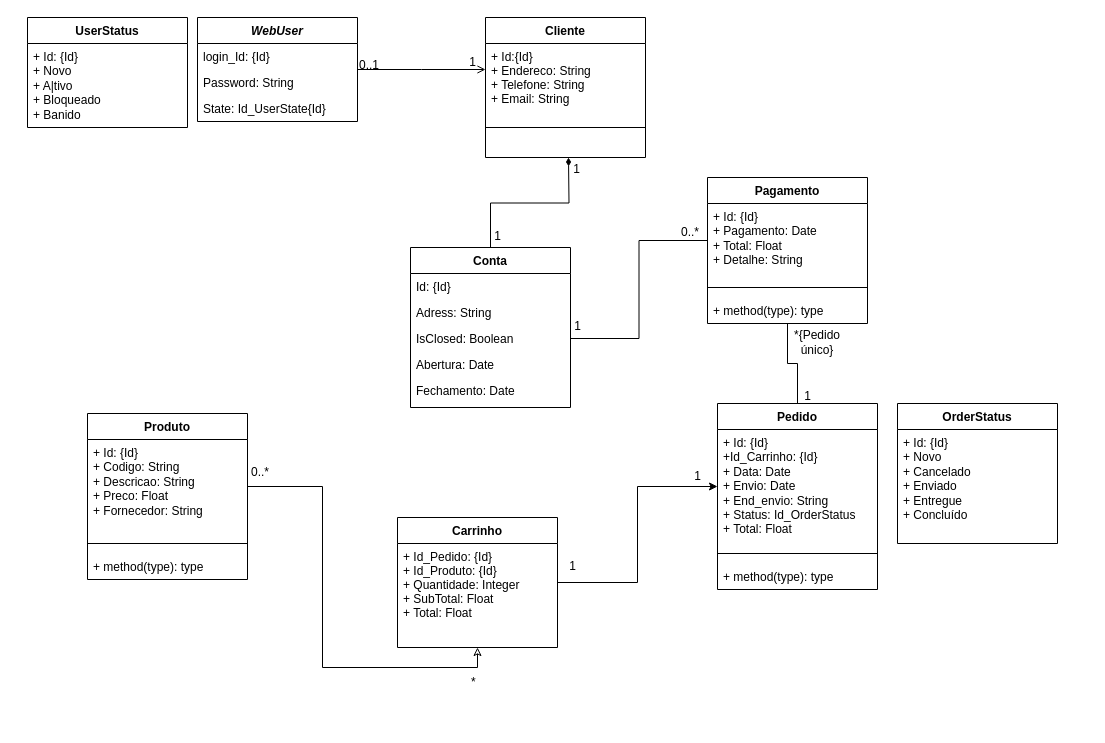
Earlier version of the draw.io diagram Diagrama de Classe.drawio (wellingtoncv/ProjetosWEB_Unidade-4_e-commerce). Source tidied: cells renumbered, new cells numbered last; positions are measured from the earlier drawing's top-left corner, leaving out a move shared by most shapes. Both pictures are drawn from the tidied source at 100%, with x=0, y=0 at pixel (27, 17).
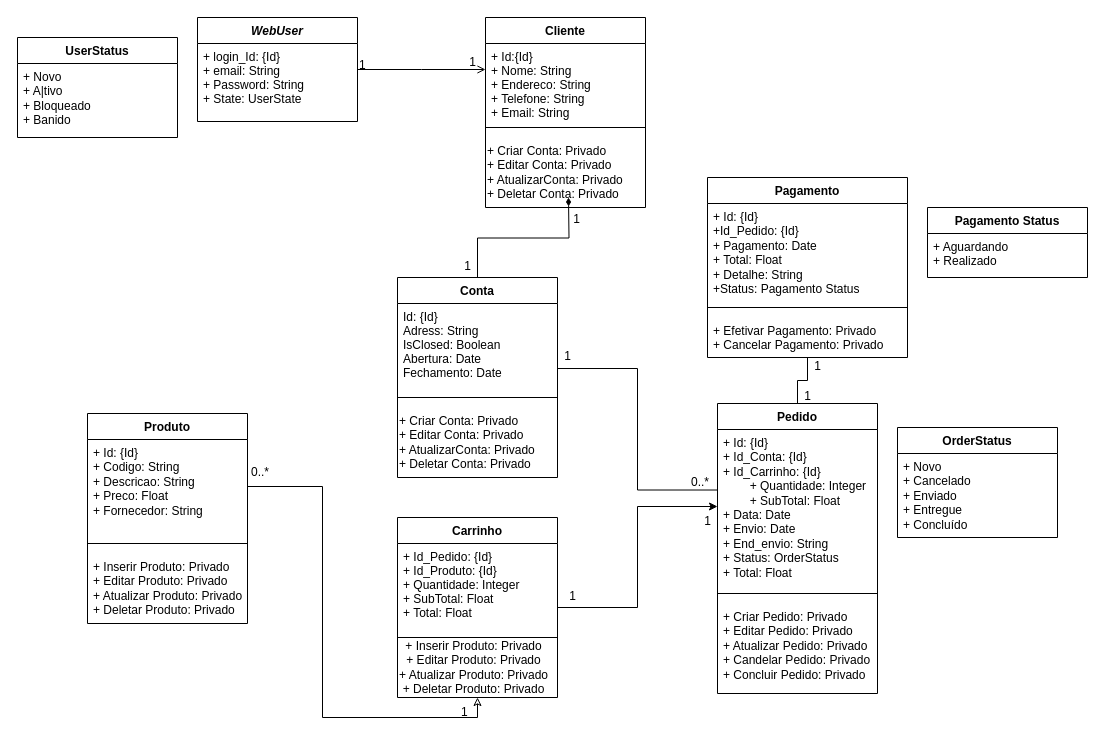
After the change.

The change refers to these unchanged cells:
```xml
<mxCell id="2" value="WebUser" style="swimlane;fontStyle=3;align=center;verticalAlign=top;horizontal=1;startSize=26;rounded=0;shadow=0;strokeWidth=1;" parent="1" vertex="1">
  <mxGeometry x="170" width="160" height="104" as="geometry" />
</mxCell>
<mxCell id="18" style="endArrow=open;shadow=0;strokeWidth=1;rounded=0;endFill=1;edgeStyle=elbowEdgeStyle;elbow=vertical;" parent="1" edge="1" source="2" target="15">
  <mxGeometry x="0.5" y="41" relative="1" as="geometry">
    <mxPoint x="-40" y="32" as="offset" />
  </mxGeometry>
</mxCell>
```

Diff of the diagram source:
```diff
@@
-    <mxCell id="3" value="login_Id: {Id}" style="text;align=left;verticalAlign=top;spacingLeft=4;spacingRight=4;overflow=hidden;" parent="2" vertex="1">
-      <mxGeometry y="26" width="160" height="26" as="geometry" />
+    <mxCell id="3" value="+ login_Id: {Id}&#10;+ email: String&#10;+ Password: String&#10;+ State: UserState" style="text;align=left;verticalAlign=top;spacingLeft=4;spacingRight=4;overflow=hidden;" parent="2" vertex="1">
+      <mxGeometry y="26" width="160" height="74" as="geometry" />
     </mxCell>
-    <mxCell id="4" value="Password: String" style="text;align=left;verticalAlign=top;spacingLeft=4;spacingRight=4;overflow=hidden;rounded=0;shadow=0;html=0;" parent="2" vertex="1">
-      <mxGeometry y="52" width="160" height="26" as="geometry" />
-    </mxCell>
-    <mxCell id="5" value="State: Id_UserState{Id}" style="text;align=left;verticalAlign=top;spacingLeft=4;spacingRight=4;overflow=hidden;rounded=0;shadow=0;html=0;" parent="2" vertex="1">
-      <mxGeometry y="78" width="160" height="26" as="geometry" />
-    </mxCell>
@@
     <mxCell id="7" value="Carrinho" style="swimlane;fontStyle=1;align=center;verticalAlign=top;horizontal=1;startSize=26;rounded=0;shadow=0;strokeWidth=1;" parent="1" vertex="1">
-      <mxGeometry x="370" y="500" width="160" height="130" as="geometry" />
+      <mxGeometry x="370" y="500" width="160" height="180" as="geometry" />
     </mxCell>
     <mxCell id="8" value="+ Id_Pedido: {Id}&#10;+ Id_Produto: {Id}&#10;+ Quantidade: Integer&#10;+ SubTotal: Float&#10;+ Total: Float" style="text;align=left;verticalAlign=top;spacingLeft=4;spacingRight=4;overflow=hidden;rounded=0;shadow=0;html=0;" parent="7" vertex="1">
-      <mxGeometry y="26" width="160" height="94" as="geometry" />
+      <mxGeometry y="26" width="160" height="84" as="geometry" />
     </mxCell>
+    <mxCell id="51" style="line;strokeWidth=1;fillColor=none;align=left;verticalAlign=middle;spacingTop=-1;spacingLeft=3;spacingRight=3;labelPosition=right;strokeColor=inherit;" parent="7" vertex="1">
+      <mxGeometry y="110" width="160" height="20" as="geometry" />
+    </mxCell>
     <mxCell id="9" value="Conta" style="swimlane;fontStyle=1;align=center;verticalAlign=top;horizontal=1;startSize=26;rounded=0;shadow=0;strokeWidth=1;" parent="1" vertex="1">
-      <mxGeometry x="383" y="230" width="160" height="160" as="geometry" />
+      <mxGeometry x="370" y="260" width="160" height="200" as="geometry" />
     </mxCell>
-    <mxCell id="10" value="Id: {Id}&#10;" style="text;align=left;verticalAlign=top;spacingLeft=4;spacingRight=4;overflow=hidden;points=[[0,0.5],[1,0.5]];portConstraint=eastwest;" parent="9" vertex="1">
-      <mxGeometry y="26" width="160" height="26" as="geometry" />
+    <mxCell id="10" value="Id: {Id}&#10;Adress: String&#10;IsClosed: Boolean&#10;Abertura: Date&#10;Fechamento: Date" style="text;align=left;verticalAlign=top;spacingLeft=4;spacingRight=4;overflow=hidden;points=[[0,0.5],[1,0.5]];portConstraint=eastwest;" parent="9" vertex="1">
+      <mxGeometry y="26" width="160" height="84" as="geometry" />
     </mxCell>
-    <mxCell id="11" value="Adress: String" style="text;align=left;verticalAlign=top;spacingLeft=4;spacingRight=4;overflow=hidden;" parent="9" vertex="1">
-      <mxGeometry y="52" width="160" height="26" as="geometry" />
-    </mxCell>
-    <mxCell id="12" value="IsClosed: Boolean" style="text;align=left;verticalAlign=top;spacingLeft=4;spacingRight=4;overflow=hidden;points=[[0,0.5],[1,0.5]];portConstraint=eastwest;" parent="9" vertex="1">
-      <mxGeometry y="78" width="160" height="26" as="geometry" />
-    </mxCell>
-    <mxCell id="13" value="Abertura: Date" style="text;align=left;verticalAlign=top;spacingLeft=4;spacingRight=4;overflow=hidden;" parent="9" vertex="1">
-      <mxGeometry y="104" width="160" height="26" as="geometry" />
-    </mxCell>
-    <mxCell id="14" value="Fechamento: Date" style="text;align=left;verticalAlign=top;spacingLeft=4;spacingRight=4;overflow=hidden;" parent="9" vertex="1">
-      <mxGeometry y="130" width="160" height="26" as="geometry" />
-    </mxCell>
+    <mxCell id="52" style="line;strokeWidth=1;fillColor=none;align=left;verticalAlign=middle;spacingTop=-1;spacingLeft=3;spacingRight=3;labelPosition=right;strokeColor=inherit;" parent="9" vertex="1">
+      <mxGeometry y="110" width="160" height="20" as="geometry" />
+    </mxCell>
+    <mxCell id="53" value="+ Criar Conta: Privado&lt;br&gt;+ Editar Conta&lt;span style=&quot;&quot;&gt;: Privado&lt;br&gt;&lt;/span&gt;+ AtualizarConta&lt;span style=&quot;&quot;&gt;: Privado&lt;/span&gt;&lt;br style=&quot;border-color: var(--border-color);&quot;&gt;+ Deletar Conta&lt;span style=&quot;&quot;&gt;: Privado&lt;/span&gt;" style="text;html=1;align=left;verticalAlign=middle;strokeColor=none;fillColor=none;" parent="9" vertex="1">
+      <mxGeometry y="130" width="160" height="70" as="geometry" />
+    </mxCell>
     <mxCell id="15" value="Cliente" style="swimlane;fontStyle=1;align=center;verticalAlign=top;horizontal=1;startSize=26;rounded=0;shadow=0;strokeWidth=1;" parent="1" vertex="1">
-      <mxGeometry x="458" width="160" height="140" as="geometry" />
+      <mxGeometry x="458" width="160" height="190" as="geometry" />
     </mxCell>
-    <mxCell id="16" value="+ Id:{Id}&#10;+ Endereco: String&#10;+ Telefone: String&#10;+ Email: String&#10;" style="text;align=left;verticalAlign=top;spacingLeft=4;spacingRight=4;overflow=hidden;" parent="15" vertex="1">
+    <mxCell id="16" value="+ Id:{Id}&#10;+ Nome: String&#10;+ Endereco: String&#10;+ Telefone: String&#10;+ Email: String&#10;" style="text;align=left;verticalAlign=top;spacingLeft=4;spacingRight=4;overflow=hidden;" parent="15" vertex="1">
       <mxGeometry y="26" width="160" height="74" as="geometry" />
     </mxCell>
@@
+    <mxCell id="54" value="+ Criar Conta: Privado&lt;br&gt;+ Editar Conta&lt;span style=&quot;&quot;&gt;: Privado&lt;br&gt;&lt;/span&gt;+ AtualizarConta&lt;span style=&quot;&quot;&gt;: Privado&lt;/span&gt;&lt;br style=&quot;border-color: var(--border-color);&quot;&gt;+ Deletar Conta&lt;span style=&quot;&quot;&gt;: Privado&lt;/span&gt;" style="text;html=1;align=left;verticalAlign=middle;strokeColor=none;fillColor=none;" parent="15" vertex="1">
+      <mxGeometry y="120" width="160" height="70" as="geometry" />
+    </mxCell>
@@
-    <mxCell id="19" value="0..1" style="align=left;verticalAlign=bottom;labelBackgroundColor=none;fontSize=12;" parent="18" vertex="1">
+    <mxCell id="19" value="1" style="align=left;verticalAlign=bottom;labelBackgroundColor=none;fontSize=12;" parent="18" vertex="1">
       <mxGeometry x="-1" relative="1" as="geometry">
         <mxPoint y="4" as="offset" />
       </mxGeometry>
     </mxCell>
@@
     <mxCell id="21" style="rounded=0;jettySize=auto;html=1;exitX=0.5;exitY=0;exitDx=0;exitDy=0;endArrow=diamondThin;endFill=1;startArrow=none;startFill=0;edgeStyle=orthogonalEdgeStyle;" parent="1" edge="1" source="9">
       <mxGeometry relative="1" as="geometry">
-        <mxPoint x="541" y="140" as="targetPoint" />
+        <mxPoint x="541" y="180" as="targetPoint" />
       </mxGeometry>
     </mxCell>
     <mxCell id="22" value="1" style="align=right;verticalAlign=bottom;labelBackgroundColor=none;fontSize=12;" parent="1" vertex="1">
-      <mxGeometry x="480" y="180" as="geometry">
+      <mxGeometry x="450" y="210" as="geometry">
         <mxPoint x="-5" y="47" as="offset" />
       </mxGeometry>
     </mxCell>
     <mxCell id="23" value="1" style="align=right;verticalAlign=bottom;labelBackgroundColor=none;fontSize=12;" parent="1" vertex="1">
-      <mxGeometry x="395" y="160" width="160" as="geometry" />
+      <mxGeometry x="395" y="210" width="160" as="geometry" />
     </mxCell>
@@
     <mxCell id="25" value="Pagamento" style="swimlane;fontStyle=1;align=center;verticalAlign=top;horizontal=1;startSize=26;whiteSpace=wrap;html=1;" parent="1" vertex="1">
-      <mxGeometry x="680" y="160" width="160" height="146" as="geometry" />
+      <mxGeometry x="680" y="160" width="200" height="180" as="geometry" />
     </mxCell>
-    <mxCell id="26" value="+ Id: {Id}&lt;br&gt;+ Pagamento: Date&lt;br&gt;+ Total: Float&lt;br&gt;+ Detalhe: String" style="text;strokeColor=none;fillColor=none;align=left;verticalAlign=top;spacingLeft=4;spacingRight=4;overflow=hidden;points=[[0,0.5],[1,0.5]];portConstraint=eastwest;whiteSpace=wrap;html=1;" parent="25" vertex="1">
-      <mxGeometry y="26" width="160" height="74" as="geometry" />
+    <mxCell id="26" value="+ Id: {Id}&lt;br&gt;+Id_Pedido: {Id}&lt;br&gt;+ Pagamento: Date&lt;br&gt;+ Total: Float&lt;br&gt;+ Detalhe: String&lt;br&gt;+Status: Pagamento Status" style="text;strokeColor=none;fillColor=none;align=left;verticalAlign=top;spacingLeft=4;spacingRight=4;overflow=hidden;points=[[0,0.5],[1,0.5]];portConstraint=eastwest;whiteSpace=wrap;html=1;" parent="25" vertex="1">
+      <mxGeometry y="26" width="200" height="94" as="geometry" />
     </mxCell>
     <mxCell id="27" style="line;strokeWidth=1;fillColor=none;align=left;verticalAlign=middle;spacingTop=-1;spacingLeft=3;spacingRight=3;labelPosition=right;strokeColor=inherit;" parent="25" vertex="1">
-      <mxGeometry y="100" width="160" height="20" as="geometry" />
+      <mxGeometry y="120" width="200" height="20" as="geometry" />
     </mxCell>
-    <mxCell id="28" value="+ method(type): type" style="text;strokeColor=none;fillColor=none;align=left;verticalAlign=top;spacingLeft=4;spacingRight=4;overflow=hidden;whiteSpace=wrap;html=1;" parent="25" vertex="1">
-      <mxGeometry y="120" width="160" height="26" as="geometry" />
+    <mxCell id="28" value="+ Efetivar Pagamento: Privado&lt;br&gt;+ Cancelar Pagamento: Privado" style="text;strokeColor=none;fillColor=none;align=left;verticalAlign=top;spacingLeft=4;spacingRight=4;overflow=hidden;whiteSpace=wrap;html=1;" parent="25" vertex="1">
+      <mxGeometry y="140" width="200" height="40" as="geometry" />
     </mxCell>
     <mxCell id="29" value="Pedido" style="swimlane;fontStyle=1;align=center;verticalAlign=top;horizontal=1;startSize=26;whiteSpace=wrap;html=1;" parent="1" vertex="1">
-      <mxGeometry x="690" y="386" width="160" height="186" as="geometry" />
+      <mxGeometry x="690" y="386" width="160" height="290" as="geometry" />
     </mxCell>
-    <mxCell id="30" value="+ Id: {Id}&lt;br&gt;+Id_Carrinho: {Id}&lt;br&gt;+ Data: Date&lt;br&gt;+ Envio: Date&lt;br&gt;+ End_envio: String&lt;br&gt;+ Status: Id_OrderStatus&amp;nbsp;&lt;br&gt;+ Total: Float" style="text;strokeColor=none;fillColor=none;align=left;verticalAlign=top;spacingLeft=4;spacingRight=4;overflow=hidden;points=[[0,0.5],[1,0.5]];portConstraint=eastwest;whiteSpace=wrap;html=1;" parent="29" vertex="1">
-      <mxGeometry y="26" width="160" height="114" as="geometry" />
+    <mxCell id="30" value="+ Id: {Id}&lt;br&gt;+ Id_Conta: {Id}&lt;br&gt;+ Id_Carrinho: {Id}&lt;br&gt;&lt;span style=&quot;white-space: pre;&quot;&gt;&#9;&lt;/span&gt;+ Quantidade: Integer&lt;br style=&quot;border-color: var(--border-color); padding: 0px; margin: 0px;&quot;&gt;&lt;span style=&quot;&quot;&gt;&lt;span style=&quot;white-space: pre;&quot;&gt;&#9;&lt;/span&gt;+ SubTotal: Float&lt;/span&gt;&lt;br&gt;+ Data: Date&lt;br&gt;+ Envio: Date&lt;br&gt;+ End_envio: String&lt;br&gt;+ Status: OrderStatus&amp;nbsp;&lt;br&gt;+ Total: Float" style="text;strokeColor=none;fillColor=none;align=left;verticalAlign=top;spacingLeft=4;spacingRight=4;overflow=hidden;points=[[0,0.5],[1,0.5]];portConstraint=eastwest;whiteSpace=wrap;html=1;" parent="29" vertex="1">
+      <mxGeometry y="26" width="160" height="154" as="geometry" />
     </mxCell>
     <mxCell id="31" style="line;strokeWidth=1;fillColor=none;align=left;verticalAlign=middle;spacingTop=-1;spacingLeft=3;spacingRight=3;labelPosition=right;strokeColor=inherit;" parent="29" vertex="1">
-      <mxGeometry y="140" width="160" height="20" as="geometry" />
+      <mxGeometry y="180" width="160" height="20" as="geometry" />
     </mxCell>
-    <mxCell id="32" value="+ method(type): type" style="text;strokeColor=none;fillColor=none;align=left;verticalAlign=top;spacingLeft=4;spacingRight=4;overflow=hidden;whiteSpace=wrap;html=1;" parent="29" vertex="1">
-      <mxGeometry y="160" width="160" height="26" as="geometry" />
+    <mxCell id="32" value="+ Criar Pedido: Privado&lt;br&gt;+ Editar Pedido: Privado&lt;br&gt;+ Atualizar Pedido: Privado&lt;br&gt;+ Candelar Pedido: Privado&lt;br&gt;+ Concluir Pedido: Privado" style="text;strokeColor=none;fillColor=none;align=left;verticalAlign=top;spacingLeft=4;spacingRight=4;overflow=hidden;whiteSpace=wrap;html=1;" parent="29" vertex="1">
+      <mxGeometry y="200" width="160" height="90" as="geometry" />
     </mxCell>
-    <mxCell id="33" style="edgeStyle=orthogonalEdgeStyle;rounded=0;jettySize=auto;html=1;exitX=0;exitY=0.5;exitDx=0;exitDy=0;entryX=1;entryY=0.5;entryDx=0;entryDy=0;endArrow=none;endFill=0;" parent="1" edge="1" source="26" target="12">
+    <mxCell id="33" style="edgeStyle=orthogonalEdgeStyle;rounded=0;jettySize=auto;html=1;exitX=0;exitY=0.393;exitDx=0;exitDy=0;entryX=1.002;entryY=0.774;entryDx=0;entryDy=0;endArrow=none;endFill=0;entryPerimeter=0;exitPerimeter=0;" parent="1" edge="1" source="30" target="10">
       <mxGeometry relative="1" as="geometry" />
     </mxCell>
     <mxCell id="34" value="1" style="align=right;verticalAlign=bottom;labelBackgroundColor=none;fontSize=12;" parent="1" vertex="1">
-      <mxGeometry x="560" y="270" as="geometry">
+      <mxGeometry x="550" y="300" as="geometry">
         <mxPoint x="-5" y="47" as="offset" />
       </mxGeometry>
     </mxCell>
     <mxCell id="35" value="0..*" style="align=left;verticalAlign=bottom;labelBackgroundColor=none;fontSize=12;" parent="1" vertex="1">
-      <mxGeometry x="660" y="90" as="geometry">
+      <mxGeometry x="670" y="340" as="geometry">
         <mxPoint x="-8" y="133" as="offset" />
       </mxGeometry>
     </mxCell>
-    <mxCell id="36" value="*{Pedido único}" style="text;html=1;strokeColor=none;fillColor=none;align=center;verticalAlign=middle;whiteSpace=wrap;rounded=0;" parent="1" vertex="1">
-      <mxGeometry x="760" y="310" width="60" height="30" as="geometry" />
-    </mxCell>
@@
     <mxCell id="38" value="OrderStatus" style="swimlane;fontStyle=1;align=center;verticalAlign=top;horizontal=1;startSize=26;whiteSpace=wrap;html=1;" parent="1" vertex="1">
-      <mxGeometry x="870" y="386" width="160" height="140" as="geometry" />
+      <mxGeometry x="870" y="410" width="160" height="110" as="geometry" />
     </mxCell>
-    <mxCell id="39" value="+ Id: {Id}&lt;br&gt;+ Novo&lt;br&gt;+ Cancelado&lt;br&gt;+ Enviado&lt;br&gt;+ Entregue&amp;nbsp;&lt;br&gt;+ Concluído" style="text;strokeColor=none;fillColor=none;align=left;verticalAlign=top;spacingLeft=4;spacingRight=4;overflow=hidden;whiteSpace=wrap;html=1;" parent="38" vertex="1">
-      <mxGeometry y="26" width="160" height="114" as="geometry" />
+    <mxCell id="39" value="+ Novo&lt;br&gt;+ Cancelado&lt;br&gt;+ Enviado&lt;br&gt;+ Entregue&amp;nbsp;&lt;br&gt;+ Concluído" style="text;strokeColor=none;fillColor=none;align=left;verticalAlign=top;spacingLeft=4;spacingRight=4;overflow=hidden;whiteSpace=wrap;html=1;" parent="38" vertex="1">
+      <mxGeometry y="26" width="160" height="84" as="geometry" />
     </mxCell>
     <mxCell id="40" value="UserStatus" style="swimlane;fontStyle=1;align=center;verticalAlign=top;horizontal=1;startSize=26;whiteSpace=wrap;html=1;" parent="1" vertex="1">
-      <mxGeometry width="160" height="110" as="geometry" />
+      <mxGeometry x="-10" y="20" width="160" height="100" as="geometry" />
     </mxCell>
-    <mxCell id="41" value="+ Id: {Id}&lt;br&gt;+ Novo&lt;br&gt;+ A|tivo&lt;br&gt;+ Bloqueado&lt;br&gt;+ Banido" style="text;strokeColor=none;fillColor=none;align=left;verticalAlign=top;spacingLeft=4;spacingRight=4;overflow=hidden;whiteSpace=wrap;html=1;" parent="40" vertex="1">
-      <mxGeometry y="26" width="160" height="84" as="geometry" />
+    <mxCell id="41" value="+ Novo&lt;br&gt;+ A|tivo&lt;br&gt;+ Bloqueado&lt;br&gt;+ Banido" style="text;strokeColor=none;fillColor=none;align=left;verticalAlign=top;spacingLeft=4;spacingRight=4;overflow=hidden;whiteSpace=wrap;html=1;" parent="40" vertex="1">
+      <mxGeometry y="26" width="160" height="74" as="geometry" />
     </mxCell>
@@
     <mxCell id="43" value="Produto" style="swimlane;fontStyle=1;align=center;verticalAlign=top;horizontal=1;startSize=26;whiteSpace=wrap;html=1;" parent="1" vertex="1">
-      <mxGeometry x="60" y="396" width="160" height="166" as="geometry" />
+      <mxGeometry x="60" y="396" width="160" height="210" as="geometry" />
     </mxCell>
@@
-    <mxCell id="46" value="+ method(type): type" style="text;strokeColor=none;fillColor=none;align=left;verticalAlign=top;spacingLeft=4;spacingRight=4;overflow=hidden;whiteSpace=wrap;html=1;" parent="43" vertex="1">
-      <mxGeometry y="140" width="160" height="26" as="geometry" />
+    <mxCell id="46" value="+ Inserir Produto: Privado&lt;br&gt;+ Editar Produto: Privado&lt;br&gt;+ Atualizar Produto: Privado&lt;br&gt;+ Deletar Produto: Privado" style="text;strokeColor=none;fillColor=none;align=left;verticalAlign=top;spacingLeft=4;spacingRight=4;overflow=hidden;whiteSpace=wrap;html=1;" parent="43" vertex="1">
+      <mxGeometry y="140" width="160" height="70" as="geometry" />
     </mxCell>
@@
-    <mxCell id="48" value="*" style="align=left;verticalAlign=bottom;labelBackgroundColor=none;fontSize=12;" parent="1" vertex="1">
-      <mxGeometry x="450" y="540" as="geometry">
+    <mxCell id="48" value="1" style="align=left;verticalAlign=bottom;labelBackgroundColor=none;fontSize=12;" parent="1" vertex="1">
+      <mxGeometry x="440" y="570" as="geometry">
         <mxPoint x="-8" y="133" as="offset" />
       </mxGeometry>
     </mxCell>
     <mxCell id="49" value="1" style="align=right;verticalAlign=bottom;labelBackgroundColor=none;fontSize=12;" parent="1" vertex="1">
-      <mxGeometry x="555" y="510" as="geometry">
+      <mxGeometry x="555" y="540" as="geometry">
         <mxPoint x="-5" y="47" as="offset" />
       </mxGeometry>
     </mxCell>
     <mxCell id="50" value="1" style="align=right;verticalAlign=bottom;labelBackgroundColor=none;fontSize=12;" parent="1" vertex="1">
-      <mxGeometry x="680" y="420" as="geometry">
+      <mxGeometry x="690" y="465" as="geometry">
         <mxPoint x="-5" y="47" as="offset" />
       </mxGeometry>
     </mxCell>
+    <mxCell id="55" value="+ Inserir Produto: Privado&lt;br&gt;&lt;span style=&quot;text-align: left;&quot;&gt;+ Editar Produto: Privado&lt;br&gt;&lt;/span&gt;&lt;span style=&quot;text-align: left;&quot;&gt;+ Atualizar Produto: Privado&lt;/span&gt;&lt;br style=&quot;border-color: var(--border-color); text-align: left;&quot;&gt;&lt;span style=&quot;text-align: left;&quot;&gt;+ Deletar Produto: Privado&lt;/span&gt;" style="text;html=1;align=center;verticalAlign=middle;strokeColor=none;fillColor=none;" parent="1" vertex="1">
+      <mxGeometry x="361" y="615" width="170" height="70" as="geometry" />
+    </mxCell>
+    <mxCell id="56" value="Pagamento Status" style="swimlane;fontStyle=1;align=center;verticalAlign=top;horizontal=1;startSize=26;whiteSpace=wrap;html=1;" parent="1" vertex="1">
+      <mxGeometry x="900" y="190" width="160" height="70" as="geometry" />
+    </mxCell>
+    <mxCell id="57" value="+ Aguardando&lt;br&gt;+ Realizado" style="text;strokeColor=none;fillColor=none;align=left;verticalAlign=top;spacingLeft=4;spacingRight=4;overflow=hidden;whiteSpace=wrap;html=1;" parent="56" vertex="1">
+      <mxGeometry y="26" width="160" height="44" as="geometry" />
+    </mxCell>
+    <mxCell id="58" value="1" style="align=right;verticalAlign=bottom;labelBackgroundColor=none;fontSize=12;" parent="1" vertex="1">
+      <mxGeometry x="800" y="310" as="geometry">
+        <mxPoint x="-5" y="47" as="offset" />
+      </mxGeometry>
+    </mxCell>
```
